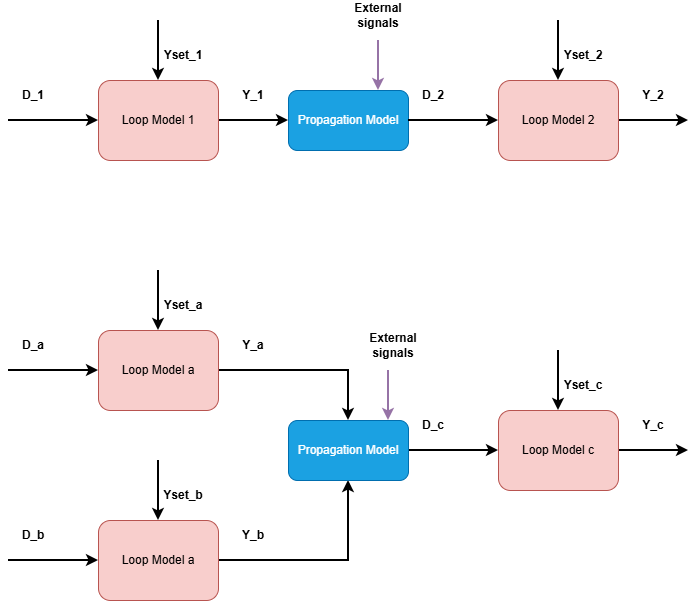
This is docs/articles/images/loopmodel_multi.png from equinor/TimeSeriesAnalysis, a draw.io export, as it was before one commit. Source tidied: cells renumbered, new cells last; positions are measured from the earlier drawing's top-left corner, leaving out a move shared by most shapes.
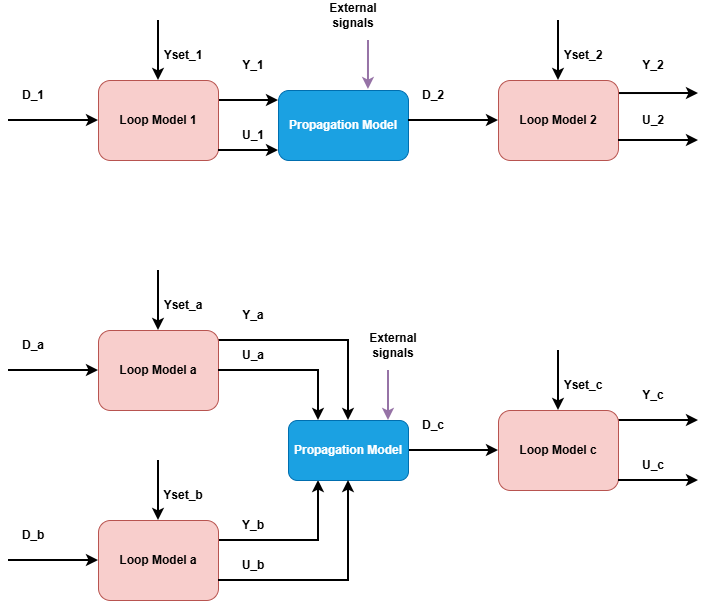
The same diagram one commit later.

The edit, as a diff of the source:
```diff
@@ -2,12 +2,12 @@
   <root>
     <mxCell id="0" />
     <mxCell id="1" parent="0" />
-    <mxCell id="2" style="edgeStyle=orthogonalEdgeStyle;rounded=0;jettySize=auto;html=1;exitX=1;exitY=0.5;exitDx=0;exitDy=0;strokeWidth=2;" parent="1" edge="1" source="3">
+    <mxCell id="2" style="edgeStyle=orthogonalEdgeStyle;rounded=0;jettySize=auto;html=1;exitX=1;exitY=0.25;exitDx=0;exitDy=0;strokeWidth=2;" parent="1" edge="1" source="3">
       <mxGeometry relative="1" as="geometry">
-        <mxPoint x="280" y="120" as="targetPoint" />
+        <mxPoint x="270" y="100" as="targetPoint" />
       </mxGeometry>
     </mxCell>
-    <mxCell id="3" value="Loop Model 1" style="rounded=1;whiteSpace=wrap;html=1;fillColor=#f8cecc;strokeColor=#b85450;" parent="1" vertex="1">
+    <mxCell id="3" value="Loop Model 1" style="rounded=1;whiteSpace=wrap;html=1;fillColor=#f8cecc;strokeColor=#b85450;fontStyle=1;" parent="1" vertex="1">
       <mxGeometry x="90" y="80" width="120" height="80" as="geometry" />
     </mxCell>
     <mxCell id="4" style="edgeStyle=segmentEdgeStyle;endArrow=classic;html=1;rounded=0;strokeWidth=2;entryX=0;entryY=0.5;entryDx=0;entryDy=0;fillColor=#f0a30a;strokeColor=#000000;" parent="1" edge="1" target="3">
@@ -27,12 +27,17 @@
       <mxGeometry x="160" y="40" width="30" height="30" as="geometry" />
     </mxCell>
     <mxCell id="8" value="&lt;b&gt;Y_1&lt;/b&gt;" style="text;html=1;strokeColor=none;fillColor=none;align=center;verticalAlign=middle;whiteSpace=wrap;rounded=0;" parent="1" vertex="1">
-      <mxGeometry x="230" y="80" width="30" height="30" as="geometry" />
+      <mxGeometry x="230" y="50" width="30" height="30" as="geometry" />
     </mxCell>
     <mxCell id="9" style="edgeStyle=orthogonalEdgeStyle;rounded=0;jettySize=auto;html=1;exitX=1;exitY=0.5;exitDx=0;exitDy=0;strokeWidth=2;entryX=0.5;entryY=0;entryDx=0;entryDy=0;" parent="1" edge="1" source="10" target="38">
-      <mxGeometry relative="1" as="geometry" />
+      <mxGeometry relative="1" as="geometry">
+        <Array as="points">
+          <mxPoint x="210" y="340" />
+          <mxPoint x="340" y="340" />
+        </Array>
+      </mxGeometry>
     </mxCell>
-    <mxCell id="10" value="Loop Model a" style="rounded=1;whiteSpace=wrap;html=1;fillColor=#f8cecc;strokeColor=#b85450;" parent="1" vertex="1">
+    <mxCell id="10" value="Loop Model a" style="rounded=1;whiteSpace=wrap;html=1;fillColor=#f8cecc;strokeColor=#b85450;fontStyle=1;" parent="1" vertex="1">
       <mxGeometry x="90" y="330" width="120" height="80" as="geometry" />
     </mxCell>
     <mxCell id="11" style="edgeStyle=segmentEdgeStyle;endArrow=classic;html=1;rounded=0;strokeWidth=2;entryX=0;entryY=0.5;entryDx=0;entryDy=0;fillColor=#f0a30a;strokeColor=#000000;" parent="1" edge="1" target="10">
@@ -52,17 +57,17 @@
       <mxGeometry x="160" y="290" width="30" height="30" as="geometry" />
     </mxCell>
     <mxCell id="15" value="&lt;b&gt;Y_a&lt;/b&gt;" style="text;html=1;strokeColor=none;fillColor=none;align=center;verticalAlign=middle;whiteSpace=wrap;rounded=0;" parent="1" vertex="1">
-      <mxGeometry x="230" y="330" width="30" height="30" as="geometry" />
+      <mxGeometry x="230" y="300" width="30" height="30" as="geometry" />
     </mxCell>
-    <mxCell id="16" value="Propagation Model" style="rounded=1;whiteSpace=wrap;html=1;fillColor=#1ba1e2;strokeColor=#006EAF;fontColor=#ffffff;" parent="1" vertex="1">
-      <mxGeometry x="280" y="90" width="120" height="60" as="geometry" />
+    <mxCell id="16" value="Propagation Model" style="rounded=1;whiteSpace=wrap;html=1;fillColor=#1ba1e2;strokeColor=#006EAF;fontColor=#ffffff;fontStyle=1;" parent="1" vertex="1">
+      <mxGeometry x="270" y="90" width="130" height="70" as="geometry" />
     </mxCell>
-    <mxCell id="17" style="edgeStyle=orthogonalEdgeStyle;rounded=0;jettySize=auto;html=1;exitX=1;exitY=0.5;exitDx=0;exitDy=0;strokeWidth=2;" parent="1" edge="1" source="18">
+    <mxCell id="17" style="edgeStyle=orthogonalEdgeStyle;rounded=0;jettySize=auto;html=1;exitX=0.992;exitY=0.163;exitDx=0;exitDy=0;strokeWidth=2;exitPerimeter=0;" parent="1" edge="1" source="18">
       <mxGeometry relative="1" as="geometry">
-        <mxPoint x="680" y="120" as="targetPoint" />
+        <mxPoint x="690" y="93" as="targetPoint" />
       </mxGeometry>
     </mxCell>
-    <mxCell id="18" value="Loop Model 2" style="rounded=1;whiteSpace=wrap;html=1;fillColor=#f8cecc;strokeColor=#b85450;" parent="1" vertex="1">
+    <mxCell id="18" value="Loop Model 2" style="rounded=1;whiteSpace=wrap;html=1;fillColor=#f8cecc;strokeColor=#b85450;fontStyle=1;" parent="1" vertex="1">
       <mxGeometry x="490" y="80" width="120" height="80" as="geometry" />
     </mxCell>
     <mxCell id="19" style="edgeStyle=segmentEdgeStyle;endArrow=classic;html=1;rounded=0;strokeWidth=2;entryX=0;entryY=0.5;entryDx=0;entryDy=0;fillColor=#f0a30a;strokeColor=#000000;" parent="1" edge="1" target="18">
@@ -82,12 +87,17 @@
       <mxGeometry x="560" y="40" width="30" height="30" as="geometry" />
     </mxCell>
     <mxCell id="23" value="&lt;b&gt;Y_2&lt;/b&gt;" style="text;html=1;strokeColor=none;fillColor=none;align=center;verticalAlign=middle;whiteSpace=wrap;rounded=0;" parent="1" vertex="1">
-      <mxGeometry x="630" y="80" width="30" height="30" as="geometry" />
+      <mxGeometry x="630" y="50" width="30" height="30" as="geometry" />
     </mxCell>
-    <mxCell id="24" style="edgeStyle=orthogonalEdgeStyle;rounded=0;jettySize=auto;html=1;exitX=1;exitY=0.5;exitDx=0;exitDy=0;strokeWidth=2;entryX=0.5;entryY=1;entryDx=0;entryDy=0;" parent="1" edge="1" source="25" target="38">
-      <mxGeometry relative="1" as="geometry" />
+    <mxCell id="24" style="edgeStyle=orthogonalEdgeStyle;rounded=0;jettySize=auto;html=1;exitX=1;exitY=0.5;exitDx=0;exitDy=0;strokeWidth=2;entryX=0.25;entryY=1;entryDx=0;entryDy=0;" parent="1" edge="1" source="25" target="38">
+      <mxGeometry relative="1" as="geometry">
+        <Array as="points">
+          <mxPoint x="210" y="540" />
+          <mxPoint x="310" y="540" />
+        </Array>
+      </mxGeometry>
     </mxCell>
-    <mxCell id="25" value="Loop Model a" style="rounded=1;whiteSpace=wrap;html=1;fillColor=#f8cecc;strokeColor=#b85450;" parent="1" vertex="1">
+    <mxCell id="25" value="Loop Model a" style="rounded=1;whiteSpace=wrap;html=1;fillColor=#f8cecc;strokeColor=#b85450;fontStyle=1;" parent="1" vertex="1">
       <mxGeometry x="90" y="520" width="120" height="80" as="geometry" />
     </mxCell>
     <mxCell id="26" style="edgeStyle=segmentEdgeStyle;endArrow=classic;html=1;rounded=0;strokeWidth=2;entryX=0;entryY=0.5;entryDx=0;entryDy=0;fillColor=#f0a30a;strokeColor=#000000;" parent="1" edge="1" target="25">
@@ -107,14 +117,18 @@
       <mxGeometry x="160" y="480" width="30" height="30" as="geometry" />
     </mxCell>
     <mxCell id="30" value="&lt;b&gt;Y_b&lt;/b&gt;" style="text;html=1;strokeColor=none;fillColor=none;align=center;verticalAlign=middle;whiteSpace=wrap;rounded=0;" parent="1" vertex="1">
-      <mxGeometry x="230" y="520" width="30" height="30" as="geometry" />
+      <mxGeometry x="230" y="510" width="30" height="30" as="geometry" />
     </mxCell>
     <mxCell id="31" style="edgeStyle=orthogonalEdgeStyle;rounded=0;jettySize=auto;html=1;exitX=1;exitY=0.5;exitDx=0;exitDy=0;strokeWidth=2;" parent="1" edge="1" source="32">
       <mxGeometry relative="1" as="geometry">
-        <mxPoint x="680" y="450" as="targetPoint" />
+        <mxPoint x="690" y="420" as="targetPoint" />
+        <Array as="points">
+          <mxPoint x="610" y="420" />
+          <mxPoint x="680" y="420" />
+        </Array>
       </mxGeometry>
     </mxCell>
-    <mxCell id="32" value="Loop Model c" style="rounded=1;whiteSpace=wrap;html=1;fillColor=#f8cecc;strokeColor=#b85450;" parent="1" vertex="1">
+    <mxCell id="32" value="Loop Model c" style="rounded=1;whiteSpace=wrap;html=1;fillColor=#f8cecc;strokeColor=#b85450;fontStyle=1;" parent="1" vertex="1">
       <mxGeometry x="490" y="410" width="120" height="80" as="geometry" />
     </mxCell>
     <mxCell id="33" style="edgeStyle=segmentEdgeStyle;endArrow=classic;html=1;rounded=0;strokeWidth=2;entryX=0;entryY=0.5;entryDx=0;entryDy=0;fillColor=#f0a30a;strokeColor=#000000;" parent="1" edge="1" target="32">
@@ -134,14 +148,14 @@
       <mxGeometry x="560" y="370" width="30" height="30" as="geometry" />
     </mxCell>
     <mxCell id="37" value="&lt;b&gt;Y_c&lt;/b&gt;" style="text;html=1;strokeColor=none;fillColor=none;align=center;verticalAlign=middle;whiteSpace=wrap;rounded=0;" parent="1" vertex="1">
-      <mxGeometry x="630" y="410" width="30" height="30" as="geometry" />
+      <mxGeometry x="630" y="380" width="30" height="30" as="geometry" />
     </mxCell>
-    <mxCell id="38" value="Propagation Model" style="rounded=1;whiteSpace=wrap;html=1;fillColor=#1ba1e2;strokeColor=#006EAF;fontColor=#ffffff;" parent="1" vertex="1">
+    <mxCell id="38" value="Propagation Model" style="rounded=1;whiteSpace=wrap;html=1;fillColor=#1ba1e2;strokeColor=#006EAF;fontColor=#ffffff;fontStyle=1;" parent="1" vertex="1">
       <mxGeometry x="280" y="420" width="120" height="60" as="geometry" />
     </mxCell>
-    <mxCell id="39" style="endArrow=classic;html=1;rounded=0;entryX=0.75;entryY=0;entryDx=0;entryDy=0;strokeWidth=2;fillColor=#e1d5e7;strokeColor=#9673a6;" parent="1" edge="1" target="16">
+    <mxCell id="39" style="endArrow=classic;html=1;rounded=0;entryX=0.692;entryY=-0.014;entryDx=0;entryDy=0;strokeWidth=2;fillColor=#e1d5e7;strokeColor=#9673a6;entryPerimeter=0;" parent="1" edge="1" target="16">
       <mxGeometry relative="1" as="geometry">
-        <mxPoint x="370" y="40" as="sourcePoint" />
+        <mxPoint x="360" y="40" as="sourcePoint" />
       </mxGeometry>
     </mxCell>
     <mxCell id="40" style="endArrow=classic;html=1;rounded=0;entryX=0.75;entryY=0;entryDx=0;entryDy=0;strokeWidth=2;fillColor=#e1d5e7;strokeColor=#9673a6;" parent="1" edge="1">
@@ -154,7 +168,55 @@
       <mxGeometry x="370" y="330" width="30" height="30" as="geometry" />
     </mxCell>
     <mxCell id="42" value="&lt;b&gt;External signals&lt;/b&gt;" style="text;html=1;strokeColor=none;fillColor=none;align=center;verticalAlign=middle;whiteSpace=wrap;rounded=0;" parent="1" vertex="1">
-      <mxGeometry x="355" width="30" height="30" as="geometry" />
+      <mxGeometry x="330" width="30" height="30" as="geometry" />
     </mxCell>
+    <mxCell id="43" style="edgeStyle=orthogonalEdgeStyle;rounded=0;jettySize=auto;html=1;exitX=1;exitY=0.875;exitDx=0;exitDy=0;strokeWidth=2;exitPerimeter=0;" parent="1" edge="1" source="3">
+      <mxGeometry relative="1" as="geometry">
+        <mxPoint x="270" y="150" as="targetPoint" />
+      </mxGeometry>
+    </mxCell>
+    <mxCell id="44" value="&lt;b&gt;U_1&lt;/b&gt;" style="text;html=1;strokeColor=none;fillColor=none;align=center;verticalAlign=middle;whiteSpace=wrap;rounded=0;" parent="1" vertex="1">
+      <mxGeometry x="230" y="120" width="30" height="30" as="geometry" />
+    </mxCell>
+    <mxCell id="45" style="edgeStyle=orthogonalEdgeStyle;rounded=0;jettySize=auto;html=1;exitX=1;exitY=0.75;exitDx=0;exitDy=0;strokeWidth=2;" parent="1" edge="1" source="18">
+      <mxGeometry relative="1" as="geometry">
+        <mxPoint x="690" y="140" as="targetPoint" />
+      </mxGeometry>
+    </mxCell>
+    <mxCell id="46" value="&lt;b&gt;U_2&lt;/b&gt;" style="text;html=1;strokeColor=none;fillColor=none;align=center;verticalAlign=middle;whiteSpace=wrap;rounded=0;" parent="1" vertex="1">
+      <mxGeometry x="630" y="105" width="30" height="30" as="geometry" />
+    </mxCell>
+    <mxCell id="47" style="edgeStyle=orthogonalEdgeStyle;rounded=0;jettySize=auto;html=1;exitX=1;exitY=0.5;exitDx=0;exitDy=0;strokeWidth=2;entryX=0.25;entryY=0;entryDx=0;entryDy=0;" parent="1" edge="1" source="10" target="38">
+      <mxGeometry relative="1" as="geometry">
+        <Array as="points">
+          <mxPoint x="310" y="370" />
+        </Array>
+      </mxGeometry>
+    </mxCell>
+    <mxCell id="48" value="&lt;b&gt;U_a&lt;/b&gt;" style="text;html=1;strokeColor=none;fillColor=none;align=center;verticalAlign=middle;whiteSpace=wrap;rounded=0;" parent="1" vertex="1">
+      <mxGeometry x="230" y="340" width="30" height="30" as="geometry" />
+    </mxCell>
+    <mxCell id="49" style="edgeStyle=orthogonalEdgeStyle;rounded=0;jettySize=auto;html=1;exitX=1;exitY=0.75;exitDx=0;exitDy=0;strokeWidth=2;entryX=0.5;entryY=1;entryDx=0;entryDy=0;" parent="1" edge="1" source="25" target="38">
+      <mxGeometry relative="1" as="geometry">
+        <Array as="points">
+          <mxPoint x="340" y="580" />
+        </Array>
+      </mxGeometry>
+    </mxCell>
+    <mxCell id="50" value="&lt;b&gt;U_b&lt;/b&gt;" style="text;html=1;strokeColor=none;fillColor=none;align=center;verticalAlign=middle;whiteSpace=wrap;rounded=0;" parent="1" vertex="1">
+      <mxGeometry x="230" y="550" width="30" height="30" as="geometry" />
+    </mxCell>
+    <mxCell id="51" style="edgeStyle=orthogonalEdgeStyle;rounded=0;orthogonalLoop=1;jettySize=auto;html=1;strokeWidth=2;" parent="1" edge="1">
+      <mxGeometry relative="1" as="geometry">
+        <mxPoint x="610" y="480" as="sourcePoint" />
+        <mxPoint x="690" y="480" as="targetPoint" />
+        <Array as="points">
+          <mxPoint x="610" y="480" />
+        </Array>
+      </mxGeometry>
+    </mxCell>
+    <mxCell id="52" value="&lt;b&gt;U_c&lt;/b&gt;" style="text;html=1;strokeColor=none;fillColor=none;align=center;verticalAlign=middle;whiteSpace=wrap;rounded=0;" parent="1" vertex="1">
+      <mxGeometry x="630" y="450" width="30" height="30" as="geometry" />
+    </mxCell>
   </root>
 </mxGraphModel>
```
